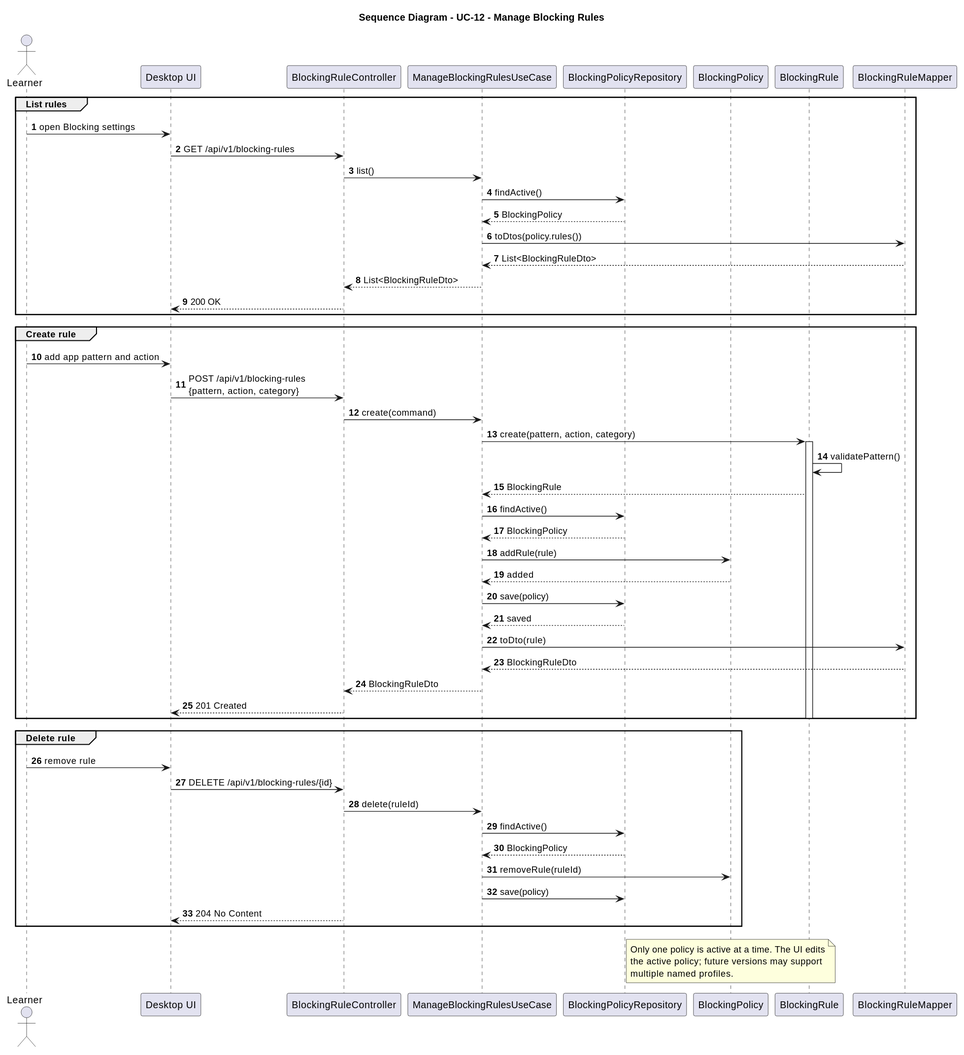
MiguelRibeiro1210/Focus-and-Study-Tracking keeps this PlantUML diagram as docs/SD/SD_ManageBlockingRules.svg. Above is the earlier version. The source it was exported from:
```plantuml
@startuml
title Sequence Diagram - UC-12 - Manage Blocking Rules

autonumber
actor Learner
participant "Desktop UI" as UI
participant "BlockingRuleController" as Controller
participant "ManageBlockingRulesUseCase" as UseCase
participant "BlockingPolicyRepository" as Repo
participant "BlockingPolicy" as Policy
participant "BlockingRule" as Rule
participant "BlockingRuleMapper" as Mapper

group List rules
  Learner -> UI : open Blocking settings
  UI -> Controller : GET /api/v1/blocking-rules
  Controller -> UseCase : list()
  UseCase -> Repo : findActive()
  Repo --> UseCase : BlockingPolicy
  UseCase -> Mapper : toDtos(policy.rules())
  Mapper --> UseCase : List<BlockingRuleDto>
  UseCase --> Controller : List<BlockingRuleDto>
  Controller --> UI : 200 OK
end

group Create rule
  Learner -> UI : add app pattern and action
  UI -> Controller : POST /api/v1/blocking-rules\n{pattern, action, category}
  Controller -> UseCase : create(command)
  UseCase -> Rule : create(pattern, action, category)
  activate Rule
  Rule -> Rule : validatePattern()
  Rule --> UseCase : BlockingRule
  UseCase -> Repo : findActive()
  Repo --> UseCase : BlockingPolicy
  UseCase -> Policy : addRule(rule)
  Policy --> UseCase : added
  UseCase -> Repo : save(policy)
  Repo --> UseCase : saved
  UseCase -> Mapper : toDto(rule)
  Mapper --> UseCase : BlockingRuleDto
  UseCase --> Controller : BlockingRuleDto
  Controller --> UI : 201 Created
  deactivate Rule
end

group Delete rule
  Learner -> UI : remove rule
  UI -> Controller : DELETE /api/v1/blocking-rules/{id}
  Controller -> UseCase : delete(ruleId)
  UseCase -> Repo : findActive()
  Repo --> UseCase : BlockingPolicy
  UseCase -> Policy : removeRule(ruleId)
  UseCase -> Repo : save(policy)
  Controller --> UI : 204 No Content
end

note over Policy
  Only one policy is active at a time. The UI edits
  the active policy; future versions may support
  multiple named profiles.
end note
@enduml
```
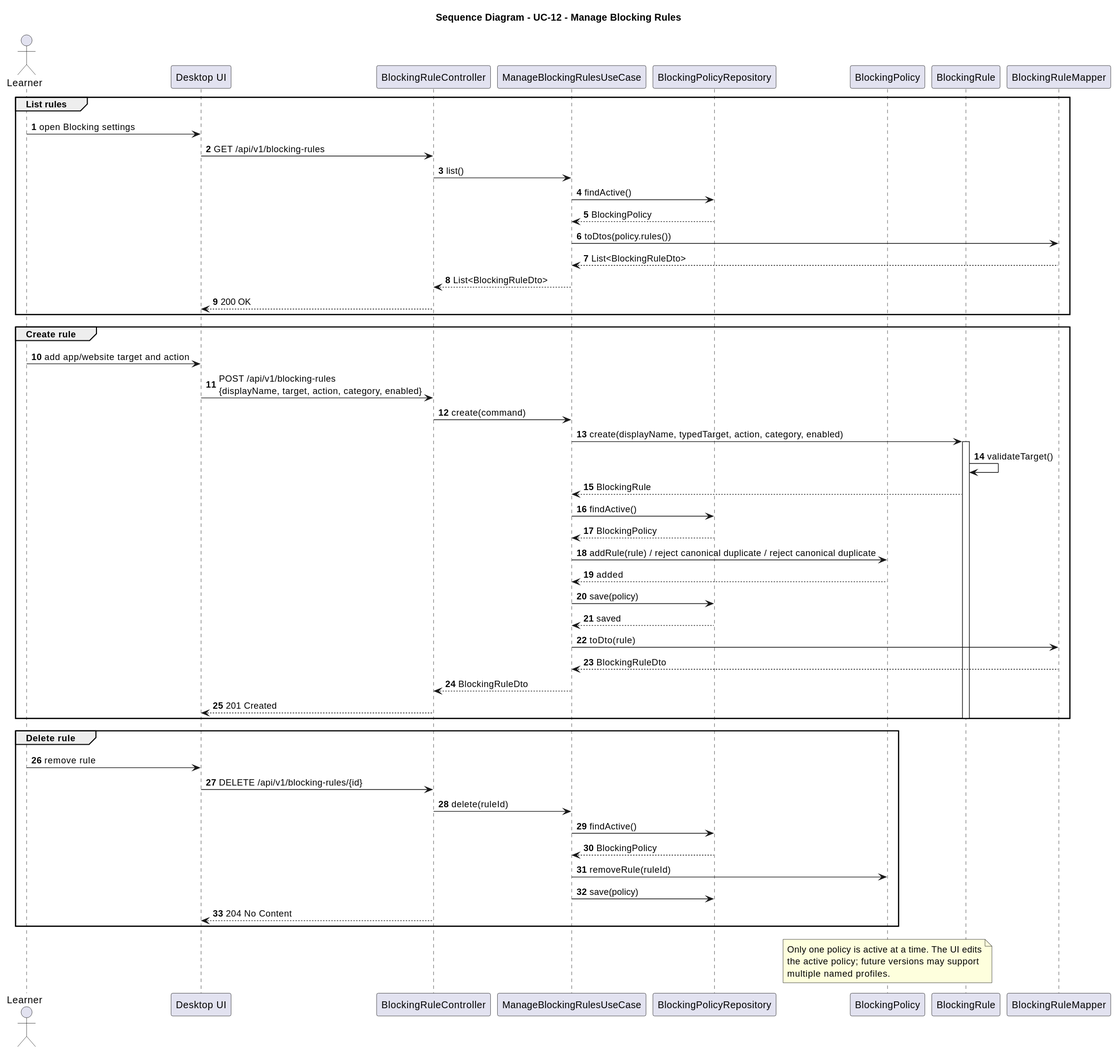
Later version of the same file.

The edit, as a diff of the source:
```diff
@@ -24,16 +24,16 @@
 end
 
 group Create rule
-  Learner -> UI : add app pattern and action
-  UI -> Controller : POST /api/v1/blocking-rules\n{pattern, action, category}
+  Learner -> UI : add app/website target and action
+  UI -> Controller : POST /api/v1/blocking-rules\n{displayName, target, action, category, enabled}
   Controller -> UseCase : create(command)
-  UseCase -> Rule : create(pattern, action, category)
+  UseCase -> Rule : create(displayName, typedTarget, action, category, enabled)
   activate Rule
-  Rule -> Rule : validatePattern()
+  Rule -> Rule : validateTarget()
   Rule --> UseCase : BlockingRule
   UseCase -> Repo : findActive()
   Repo --> UseCase : BlockingPolicy
-  UseCase -> Policy : addRule(rule)
+  UseCase -> Policy : addRule(rule) / reject canonical duplicate / reject canonical duplicate
   Policy --> UseCase : added
   UseCase -> Repo : save(policy)
   Repo --> UseCase : saved
```
